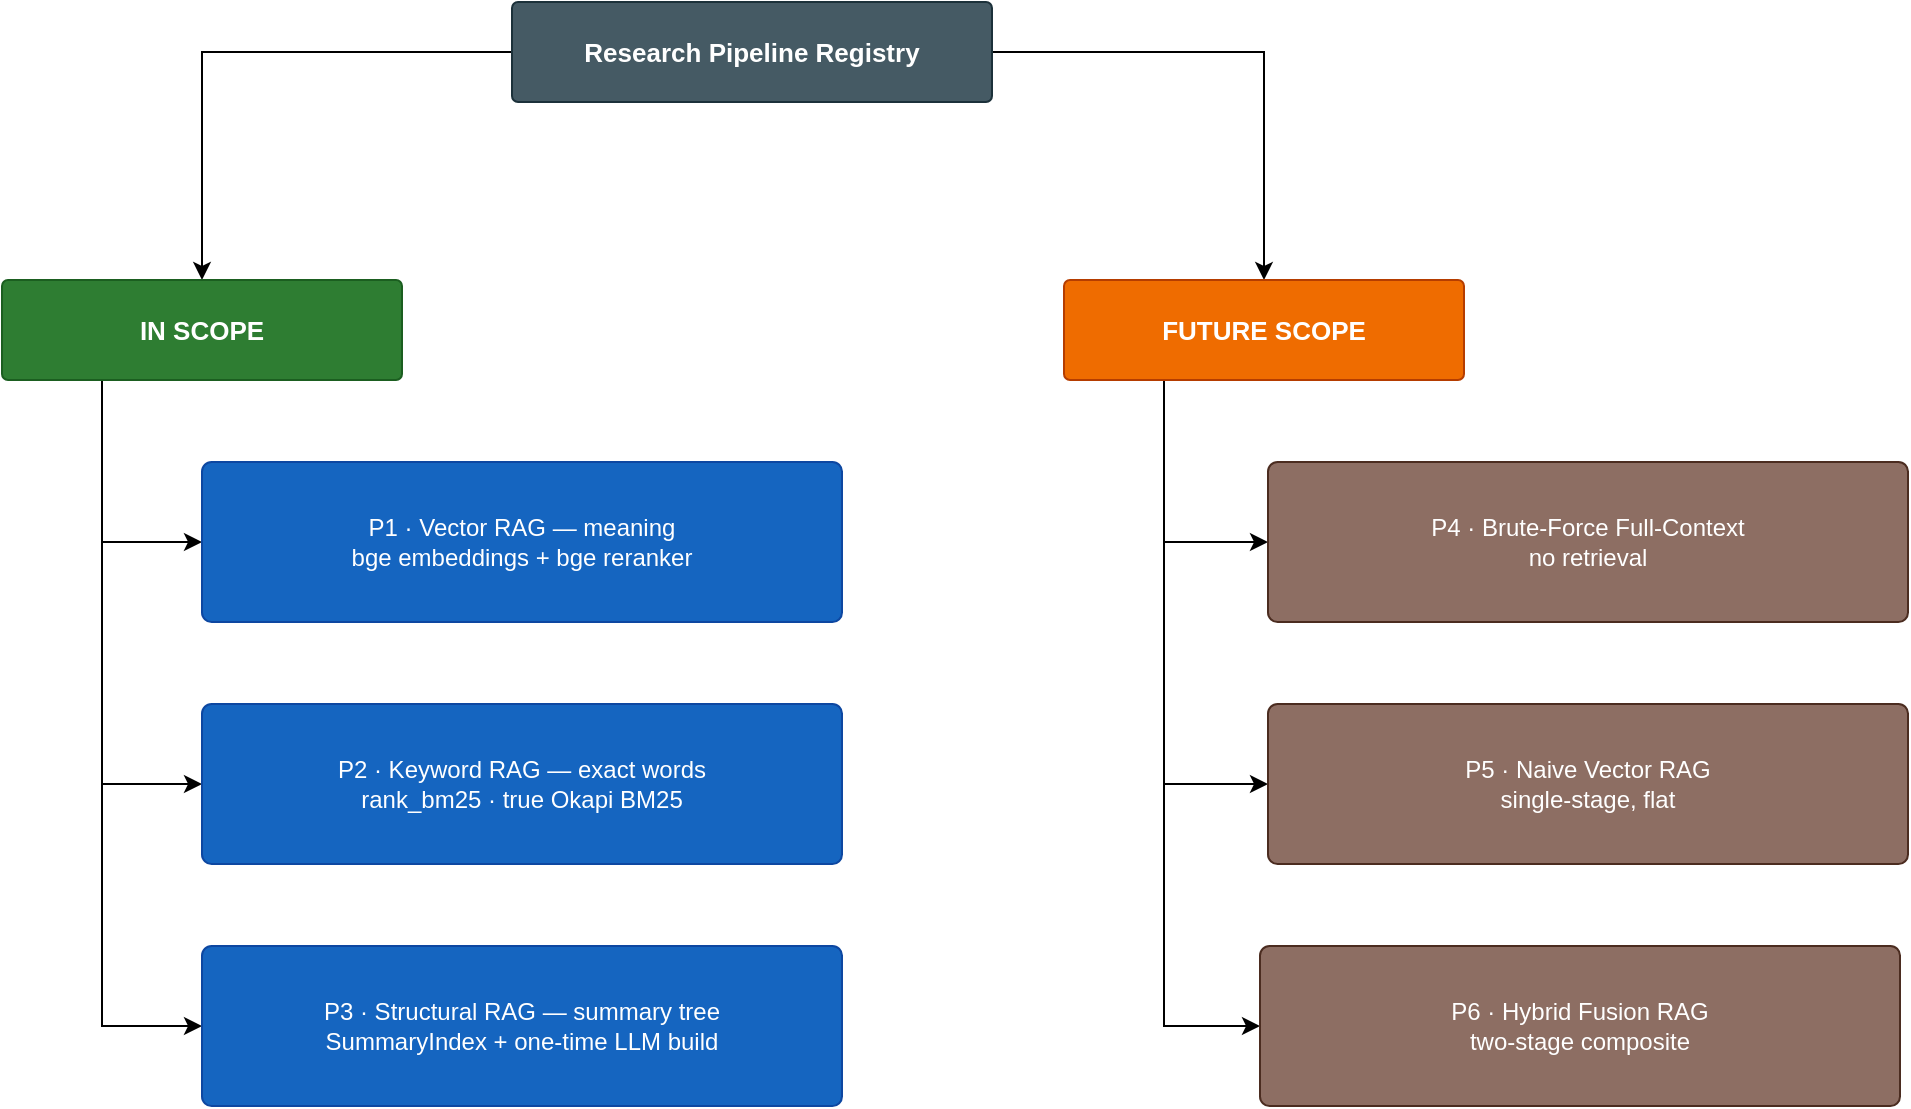
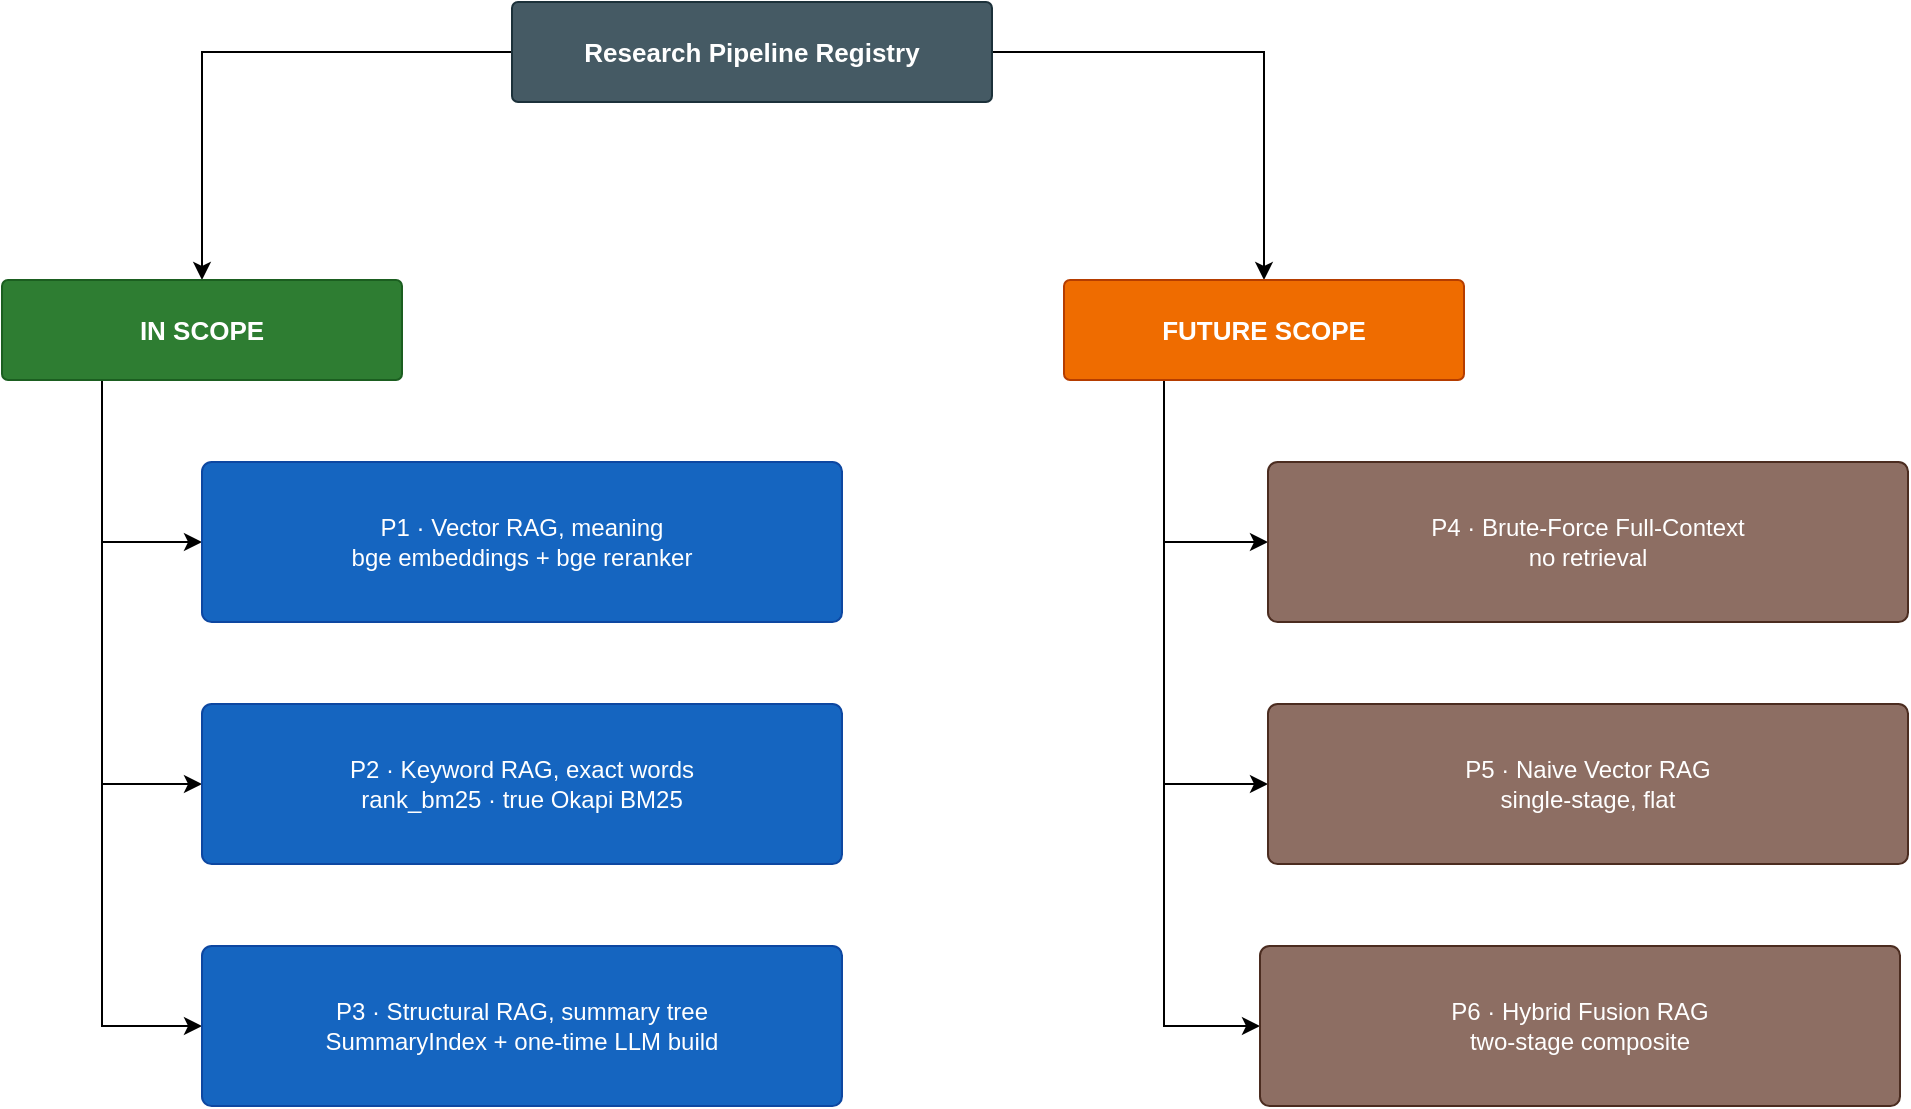
<mxfile host="app.diagrams.net">
  <diagram id="Js_9ZMdSqT_SHO3JzNT2" name="Page-1">
    <mxGraphModel dx="2053" dy="1209" grid="0" gridSize="10" guides="1" tooltips="1" connect="1" arrows="1" fold="1" page="0" pageScale="1" pageWidth="1000" pageHeight="700" math="0" shadow="0">
      <root>
        <mxCell id="0" />
        <mxCell id="1" parent="0" />
        <mxCell id="os0NkQqOkGI-HzURUVSr-8" edge="1" parent="1" source="R" style="edgeStyle=orthogonalEdgeStyle;rounded=0;orthogonalLoop=1;jettySize=auto;html=1;exitX=0;exitY=0.5;exitDx=0;exitDy=0;entryX=0.5;entryY=0;entryDx=0;entryDy=0;" target="IN">
          <mxGeometry relative="1" as="geometry" />
        </mxCell>
        <mxCell id="os0NkQqOkGI-HzURUVSr-9" edge="1" parent="1" source="R" style="edgeStyle=orthogonalEdgeStyle;rounded=0;orthogonalLoop=1;jettySize=auto;html=1;entryX=0.5;entryY=0;entryDx=0;entryDy=0;" target="FUT">
          <mxGeometry relative="1" as="geometry" />
        </mxCell>
        <mxCell id="R" parent="1" style="rounded=1;whiteSpace=wrap;html=1;fillColor=#455A64;strokeColor=#1C313A;fontColor=#FFFFFF;fontSize=13;fontStyle=1;verticalAlign=middle;align=center;arcSize=6;" value="Research Pipeline Registry" vertex="1">
          <mxGeometry height="50" width="240" x="-32" y="40" as="geometry" />
        </mxCell>
        <mxCell id="os0NkQqOkGI-HzURUVSr-1" edge="1" parent="1" source="IN" style="edgeStyle=orthogonalEdgeStyle;rounded=0;orthogonalLoop=1;jettySize=auto;html=1;exitX=0.25;exitY=1;exitDx=0;exitDy=0;entryX=0;entryY=0.5;entryDx=0;entryDy=0;" target="P1">
          <mxGeometry relative="1" as="geometry" />
        </mxCell>
        <mxCell id="os0NkQqOkGI-HzURUVSr-2" edge="1" parent="1" source="IN" style="edgeStyle=orthogonalEdgeStyle;rounded=0;orthogonalLoop=1;jettySize=auto;html=1;exitX=0.25;exitY=1;exitDx=0;exitDy=0;entryX=0;entryY=0.5;entryDx=0;entryDy=0;" target="P2">
          <mxGeometry relative="1" as="geometry" />
        </mxCell>
        <mxCell id="os0NkQqOkGI-HzURUVSr-3" edge="1" parent="1" source="IN" style="edgeStyle=orthogonalEdgeStyle;rounded=0;orthogonalLoop=1;jettySize=auto;html=1;exitX=0.25;exitY=1;exitDx=0;exitDy=0;entryX=0;entryY=0.5;entryDx=0;entryDy=0;" target="P3">
          <mxGeometry relative="1" as="geometry" />
        </mxCell>
        <mxCell id="IN" parent="1" style="rounded=1;whiteSpace=wrap;html=1;fillColor=#2E7D32;strokeColor=#1B5E20;fontColor=#FFFFFF;fontSize=13;fontStyle=1;verticalAlign=middle;align=center;arcSize=6;" value="IN SCOPE" vertex="1">
          <mxGeometry height="50" width="200" x="-287" y="179" as="geometry" />
        </mxCell>
        <mxCell id="os0NkQqOkGI-HzURUVSr-5" edge="1" parent="1" source="FUT" style="edgeStyle=orthogonalEdgeStyle;rounded=0;orthogonalLoop=1;jettySize=auto;html=1;exitX=0.25;exitY=1;exitDx=0;exitDy=0;entryX=0;entryY=0.5;entryDx=0;entryDy=0;" target="P4">
          <mxGeometry relative="1" as="geometry" />
        </mxCell>
        <mxCell id="os0NkQqOkGI-HzURUVSr-6" edge="1" parent="1" source="FUT" style="edgeStyle=orthogonalEdgeStyle;rounded=0;orthogonalLoop=1;jettySize=auto;html=1;exitX=0.25;exitY=1;exitDx=0;exitDy=0;entryX=0;entryY=0.5;entryDx=0;entryDy=0;" target="P5">
          <mxGeometry relative="1" as="geometry" />
        </mxCell>
        <mxCell id="os0NkQqOkGI-HzURUVSr-7" edge="1" parent="1" source="FUT" style="edgeStyle=orthogonalEdgeStyle;rounded=0;orthogonalLoop=1;jettySize=auto;html=1;exitX=0.25;exitY=1;exitDx=0;exitDy=0;entryX=0;entryY=0.5;entryDx=0;entryDy=0;" target="P6">
          <mxGeometry relative="1" as="geometry" />
        </mxCell>
        <mxCell id="FUT" parent="1" style="rounded=1;whiteSpace=wrap;html=1;fillColor=#EF6C00;strokeColor=#B53D00;fontColor=#FFFFFF;fontSize=13;fontStyle=1;verticalAlign=middle;align=center;arcSize=6;" value="FUTURE SCOPE" vertex="1">
          <mxGeometry height="50" width="200" x="244" y="179" as="geometry" />
        </mxCell>
-         <mxCell id="P1" parent="1" style="rounded=1;whiteSpace=wrap;html=1;fillColor=#1565C0;strokeColor=#0D47A1;fontColor=#FFFFFF;fontSize=12;verticalAlign=middle;align=center;arcSize=6;" value="P1 · Vector RAG — meaning&#xa;bge embeddings + bge reranker" vertex="1">
+         <mxCell id="P1" parent="1" style="rounded=1;whiteSpace=wrap;html=1;fillColor=#1565C0;strokeColor=#0D47A1;fontColor=#FFFFFF;fontSize=12;verticalAlign=middle;align=center;arcSize=6;" value="P1 · Vector RAG, meaning&#xa;bge embeddings + bge reranker" vertex="1">
          <mxGeometry height="80" width="320" x="-187" y="270" as="geometry" />
        </mxCell>
-         <mxCell id="P2" parent="1" style="rounded=1;whiteSpace=wrap;html=1;fillColor=#1565C0;strokeColor=#0D47A1;fontColor=#FFFFFF;fontSize=12;verticalAlign=middle;align=center;arcSize=6;" value="P2 · Keyword RAG — exact words&#xa;rank_bm25 · true Okapi BM25" vertex="1">
+         <mxCell id="P2" parent="1" style="rounded=1;whiteSpace=wrap;html=1;fillColor=#1565C0;strokeColor=#0D47A1;fontColor=#FFFFFF;fontSize=12;verticalAlign=middle;align=center;arcSize=6;" value="P2 · Keyword RAG, exact words&#xa;rank_bm25 · true Okapi BM25" vertex="1">
          <mxGeometry height="80" width="320" x="-187" y="391" as="geometry" />
        </mxCell>
-         <mxCell id="P3" parent="1" style="rounded=1;whiteSpace=wrap;html=1;fillColor=#1565C0;strokeColor=#0D47A1;fontColor=#FFFFFF;fontSize=12;verticalAlign=middle;align=center;arcSize=6;" value="P3 · Structural RAG — summary tree&#xa;SummaryIndex + one-time LLM build" vertex="1">
+         <mxCell id="P3" parent="1" style="rounded=1;whiteSpace=wrap;html=1;fillColor=#1565C0;strokeColor=#0D47A1;fontColor=#FFFFFF;fontSize=12;verticalAlign=middle;align=center;arcSize=6;" value="P3 · Structural RAG, summary tree&#xa;SummaryIndex + one-time LLM build" vertex="1">
          <mxGeometry height="80" width="320" x="-187" y="512" as="geometry" />
        </mxCell>
        <mxCell id="P4" parent="1" style="rounded=1;whiteSpace=wrap;html=1;fillColor=#8D6E63;strokeColor=#4B2C20;fontColor=#FFFFFF;fontSize=12;verticalAlign=middle;align=center;arcSize=6;" value="P4 · Brute-Force Full-Context&#xa;no retrieval" vertex="1">
          <mxGeometry height="80" width="320" x="346" y="270" as="geometry" />
        </mxCell>
        <mxCell id="P5" parent="1" style="rounded=1;whiteSpace=wrap;html=1;fillColor=#8D6E63;strokeColor=#4B2C20;fontColor=#FFFFFF;fontSize=12;verticalAlign=middle;align=center;arcSize=6;" value="P5 · Naive Vector RAG&#xa;single-stage, flat" vertex="1">
          <mxGeometry height="80" width="320" x="346" y="391" as="geometry" />
        </mxCell>
        <mxCell id="P6" parent="1" style="rounded=1;whiteSpace=wrap;html=1;fillColor=#8D6E63;strokeColor=#4B2C20;fontColor=#FFFFFF;fontSize=12;verticalAlign=middle;align=center;arcSize=6;" value="P6 · Hybrid Fusion RAG&#xa;two-stage composite" vertex="1">
          <mxGeometry height="80" width="320" x="342" y="512" as="geometry" />
        </mxCell>
      </root>
    </mxGraphModel>
  </diagram>
</mxfile>
